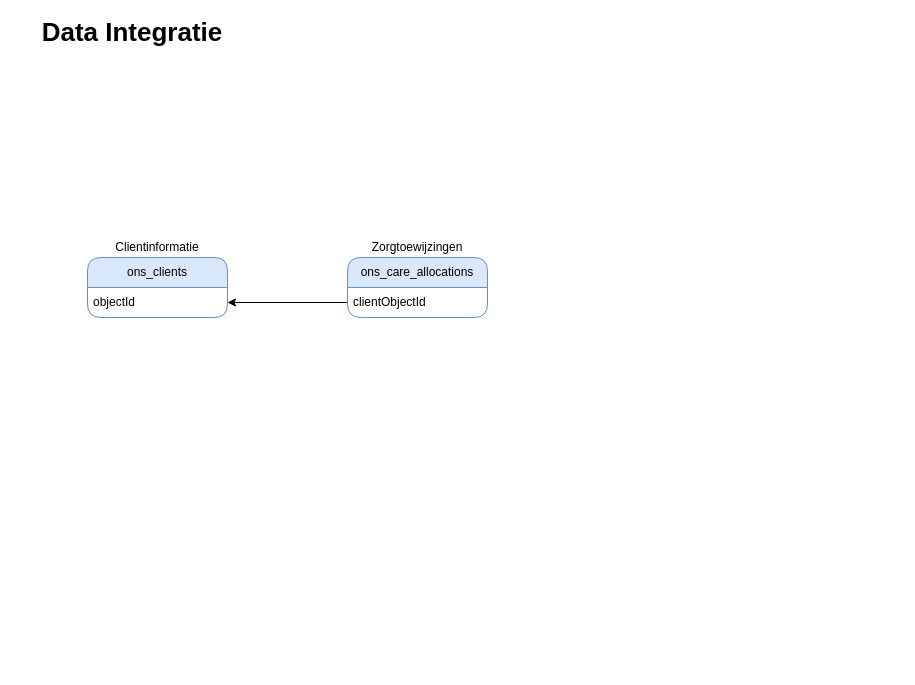
The draw.io diagram docs/data_integratie.drawio in odionnl/odion-data-platform, before the edit. Source tidied: cells renumbered, new cells numbered last; positions are measured from the earlier drawing's top-left corner, leaving out a move shared by most shapes. Both pictures are drawn from the tidied source at 100%, with x=0, y=0 at pixel (17, 17).
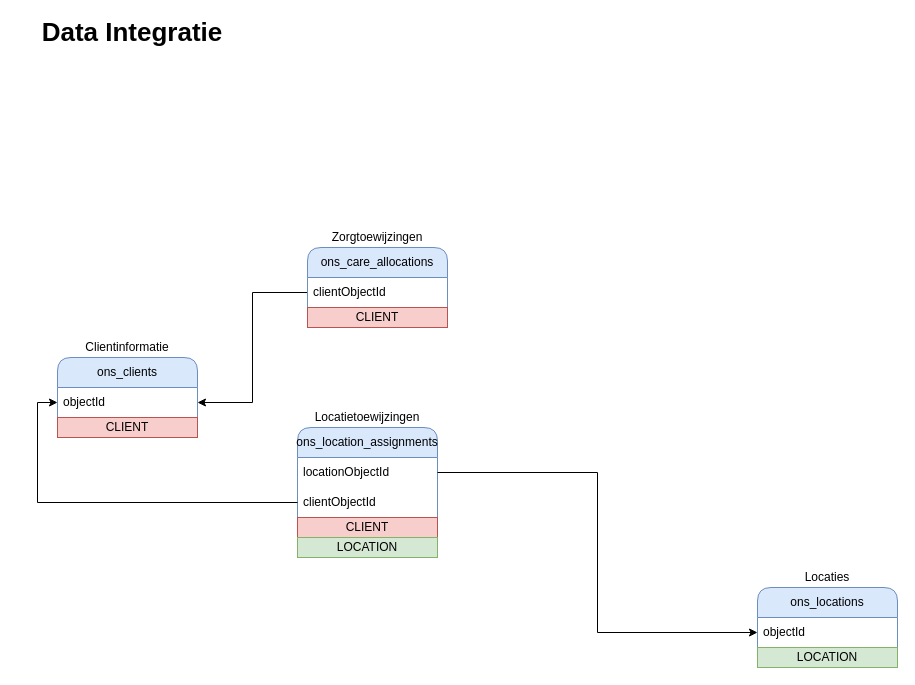
Above is the later version.

Commit message:
update data_integratie

Unchanged cells that the change refers to:
```xml
<mxCell id="5" value="objectId" style="text;strokeColor=none;fillColor=none;align=left;verticalAlign=middle;spacingLeft=4;spacingRight=4;overflow=hidden;points=[[0,0.5],[1,0.5]];portConstraint=eastwest;whiteSpace=wrap;html=1;" parent="4" vertex="1">
  <mxGeometry y="30" width="140" height="30" as="geometry" />
</mxCell>
```

Diff of the diagram source:
```diff
@@
+    <mxCell id="7" value="&lt;b&gt;&lt;font style=&quot;font-size: 26px;&quot;&gt;Data Integratie&lt;/font&gt;&lt;/b&gt;" style="text;html=1;align=center;verticalAlign=middle;whiteSpace=wrap;rounded=0;" parent="1" vertex="1">
+      <mxGeometry width="230" height="30" as="geometry" />
+    </mxCell>
+    <mxCell id="12" style="group;" parent="1" vertex="1">
+      <mxGeometry x="280" y="390" width="140" height="80" as="geometry" />
+    </mxCell>
+    <mxCell id="13" value="ons_location_assignments" style="swimlane;fontStyle=0;horizontal=1;startSize=30;whiteSpace=wrap;html=1;rounded=1;fillColor=#dae8fc;strokeColor=#6c8ebf;" parent="12" vertex="1">
+      <mxGeometry y="20" width="140" height="130" as="geometry" />
+    </mxCell>
+    <mxCell id="14" value="locationObjectId" style="text;strokeColor=none;fillColor=none;align=left;verticalAlign=middle;spacingLeft=4;spacingRight=4;overflow=hidden;points=[[0,0.5],[1,0.5]];portConstraint=eastwest;whiteSpace=wrap;html=1;" parent="13" vertex="1">
+      <mxGeometry y="30" width="140" height="30" as="geometry" />
+    </mxCell>
+    <mxCell id="15" value="clientObjectId" style="text;strokeColor=none;fillColor=none;align=left;verticalAlign=middle;spacingLeft=4;spacingRight=4;overflow=hidden;points=[[0,0.5],[1,0.5]];portConstraint=eastwest;whiteSpace=wrap;html=1;" parent="13" vertex="1">
+      <mxGeometry y="60" width="140" height="30" as="geometry" />
+    </mxCell>
+    <mxCell id="16" value="CLIENT" style="rounded=0;whiteSpace=wrap;html=1;fillColor=#f8cecc;strokeColor=#b85450;" parent="13" vertex="1">
+      <mxGeometry y="90" width="140" height="20" as="geometry" />
+    </mxCell>
+    <mxCell id="17" value="LOCATION" style="rounded=0;whiteSpace=wrap;html=1;fillColor=#d5e8d4;strokeColor=#82b366;" parent="13" vertex="1">
+      <mxGeometry y="110" width="140" height="20" as="geometry" />
+    </mxCell>
+    <mxCell id="18" value="Locatietoewijzingen" style="text;html=1;align=center;verticalAlign=middle;whiteSpace=wrap;rounded=0;" parent="12" vertex="1">
+      <mxGeometry width="140" height="20" as="geometry" />
+    </mxCell>
+    <mxCell id="19" style="edgeStyle=orthogonalEdgeStyle;rounded=0;jettySize=auto;html=1;entryX=0;entryY=0.5;entryDx=0;entryDy=0;" parent="1" edge="1" source="15" target="5">
+      <mxGeometry relative="1" as="geometry" />
+    </mxCell>
+    <mxCell id="20" style="group;" parent="1" vertex="1">
+      <mxGeometry x="40" y="320" width="140" height="94" as="geometry" />
+    </mxCell>
-    <mxCell id="3" style="group;" parent="1" vertex="1">
-      <mxGeometry x="70" y="220" width="140" height="80" as="geometry" />
+    <mxCell id="3" style="group;" parent="20" vertex="1">
+      <mxGeometry width="140" height="80" as="geometry" />
     </mxCell>
     <mxCell id="4" value="ons_clients" style="swimlane;fontStyle=0;horizontal=1;startSize=30;whiteSpace=wrap;html=1;rounded=1;fillColor=#dae8fc;strokeColor=#6c8ebf;" parent="3" vertex="1">
-      <mxGeometry y="20" width="140" height="60" as="geometry" />
+      <mxGeometry y="20" width="140" height="80" as="geometry" />
     </mxCell>
@@
+    <mxCell id="21" value="CLIENT" style="rounded=0;whiteSpace=wrap;html=1;fillColor=#f8cecc;strokeColor=#b85450;" parent="4" vertex="1">
+      <mxGeometry y="60" width="140" height="20" as="geometry" />
+    </mxCell>
@@
-    <mxCell id="7" value="&lt;b&gt;&lt;font style=&quot;font-size: 26px;&quot;&gt;Data Integratie&lt;/font&gt;&lt;/b&gt;" style="text;html=1;align=center;verticalAlign=middle;whiteSpace=wrap;rounded=0;" parent="1" vertex="1">
-      <mxGeometry width="230" height="30" as="geometry" />
-    </mxCell>
+    <mxCell id="22" style="group;" parent="1" vertex="1">
+      <mxGeometry x="290" y="210" width="140" height="94" as="geometry" />
+    </mxCell>
-    <mxCell id="8" style="group;" parent="1" vertex="1">
-      <mxGeometry x="330" y="220" width="140" height="80" as="geometry" />
+    <mxCell id="8" style="group;" parent="22" vertex="1">
+      <mxGeometry width="140" height="80" as="geometry" />
     </mxCell>
     <mxCell id="9" value="ons_care_allocations" style="swimlane;fontStyle=0;horizontal=1;startSize=30;whiteSpace=wrap;html=1;rounded=1;fillColor=#dae8fc;strokeColor=#6c8ebf;" parent="8" vertex="1">
-      <mxGeometry y="20" width="140" height="60" as="geometry" />
+      <mxGeometry y="20" width="140" height="80" as="geometry" />
     </mxCell>
@@
+    <mxCell id="23" value="CLIENT" style="rounded=0;whiteSpace=wrap;html=1;fillColor=#f8cecc;strokeColor=#b85450;" parent="9" vertex="1">
+      <mxGeometry y="60" width="140" height="20" as="geometry" />
+    </mxCell>
@@
+    <mxCell id="24" style="group;" parent="1" vertex="1">
+      <mxGeometry x="740" y="550" width="140" height="100" as="geometry" />
+    </mxCell>
+    <mxCell id="25" value="ons_locations" style="swimlane;fontStyle=0;horizontal=1;startSize=30;whiteSpace=wrap;html=1;rounded=1;fillColor=#dae8fc;strokeColor=#6c8ebf;" parent="24" vertex="1">
+      <mxGeometry y="20" width="140" height="80" as="geometry" />
+    </mxCell>
+    <mxCell id="26" value="objectId" style="text;strokeColor=none;fillColor=none;align=left;verticalAlign=middle;spacingLeft=4;spacingRight=4;overflow=hidden;points=[[0,0.5],[1,0.5]];portConstraint=eastwest;whiteSpace=wrap;html=1;" parent="25" vertex="1">
+      <mxGeometry y="30" width="140" height="30" as="geometry" />
+    </mxCell>
+    <mxCell id="27" value="LOCATION" style="rounded=0;whiteSpace=wrap;html=1;fillColor=#d5e8d4;strokeColor=#82b366;" parent="25" vertex="1">
+      <mxGeometry y="60" width="140" height="20" as="geometry" />
+    </mxCell>
+    <mxCell id="28" value="Locaties" style="text;html=1;align=center;verticalAlign=middle;whiteSpace=wrap;rounded=0;" parent="24" vertex="1">
+      <mxGeometry width="140" height="20" as="geometry" />
+    </mxCell>
+    <mxCell id="29" style="edgeStyle=orthogonalEdgeStyle;rounded=0;jettySize=auto;html=1;exitX=1;exitY=0.5;exitDx=0;exitDy=0;entryX=0;entryY=0.5;entryDx=0;entryDy=0;" parent="1" edge="1" source="14" target="26">
+      <mxGeometry relative="1" as="geometry" />
+    </mxCell>
```
